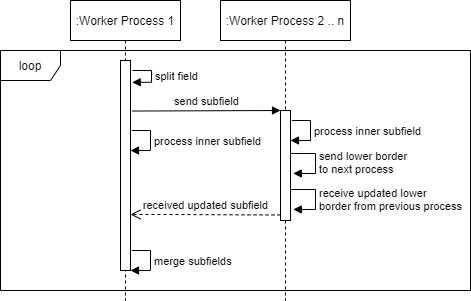
Before: concept/images/mpi_sequence.drawio.png, a diagram exported from draw.io (al3xfischer/wator). Source tidied: cells renumbered, new cells last; positions are measured from the earlier drawing's top-left corner, leaving out a move shared by most shapes.
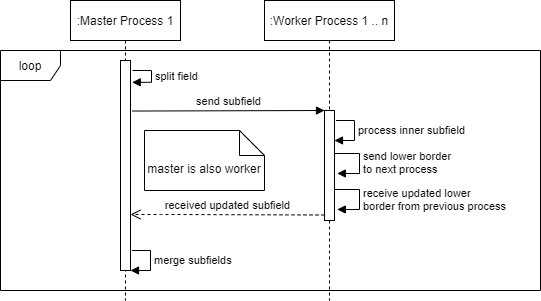
The same diagram one commit later.

Commit message:
finish mpi_sequence

Diff of the diagram source:
```diff
@@ -3,9 +3,9 @@
     <mxCell id="0" />
     <mxCell id="1" parent="0" />
     <mxCell id="2" value="loop" style="shape=umlFrame;whiteSpace=wrap;html=1;" parent="1" vertex="1">
-      <mxGeometry y="50" width="470" height="240" as="geometry" />
+      <mxGeometry y="50" width="540" height="240" as="geometry" />
     </mxCell>
-    <mxCell id="3" value=":Worker Process 1" style="shape=umlLifeline;perimeter=lifelinePerimeter;whiteSpace=wrap;html=1;" parent="1" vertex="1">
+    <mxCell id="3" value=":Master Process 1" style="shape=umlLifeline;perimeter=lifelinePerimeter;whiteSpace=wrap;html=1;" parent="1" vertex="1">
       <mxGeometry x="70" width="110" height="300" as="geometry" />
     </mxCell>
     <mxCell id="4" style="html=1;points=[];perimeter=orthogonalPerimeter;" parent="3" vertex="1">
@@ -20,18 +20,8 @@
         </Array>
       </mxGeometry>
     </mxCell>
-    <mxCell id="6" value="process inner subfield" style="edgeStyle=orthogonalEdgeStyle;html=1;align=left;spacingLeft=2;endArrow=block;rounded=0;entryX=1;entryY=0;exitX=1.143;exitY=0.667;exitDx=0;exitDy=0;exitPerimeter=0;" parent="3" edge="1">
-      <mxGeometry relative="1" as="geometry">
-        <mxPoint x="61.4" y="130" as="sourcePoint" />
-        <mxPoint x="60" y="150" as="targetPoint" />
-        <Array as="points">
-          <mxPoint x="80" y="130" />
-          <mxPoint x="80" y="150" />
-        </Array>
-      </mxGeometry>
-    </mxCell>
-    <mxCell id="7" value=":Worker Process 2 .. n" style="shape=umlLifeline;perimeter=lifelinePerimeter;whiteSpace=wrap;html=1;" parent="1" vertex="1">
-      <mxGeometry x="220" width="130" height="300" as="geometry" />
+    <mxCell id="7" value=":Worker Process 1 .. n" style="shape=umlLifeline;perimeter=lifelinePerimeter;whiteSpace=wrap;html=1;" parent="1" vertex="1">
+      <mxGeometry x="264" width="130" height="300" as="geometry" />
     </mxCell>
     <mxCell id="8" style="html=1;points=[];perimeter=orthogonalPerimeter;" parent="7" vertex="1">
       <mxGeometry x="60" y="110" width="10" height="110" as="geometry" />
@@ -61,33 +51,36 @@
     </mxCell>
     <mxCell id="12" value="send lower border &lt;br&gt;to next process" style="edgeStyle=orthogonalEdgeStyle;html=1;align=left;spacingLeft=2;endArrow=block;rounded=0;entryX=1.278;entryY=0.636;entryDx=0;entryDy=0;entryPerimeter=0;" parent="1" edge="1">
       <mxGeometry relative="1" as="geometry">
-        <mxPoint x="290" y="153" as="sourcePoint" />
-        <mxPoint x="292.8" y="173" as="targetPoint" />
+        <mxPoint x="334" y="153" as="sourcePoint" />
+        <mxPoint x="336.8" y="173" as="targetPoint" />
         <Array as="points">
-          <mxPoint x="315" y="153" />
-          <mxPoint x="315" y="173" />
+          <mxPoint x="359" y="153" />
+          <mxPoint x="359" y="173" />
         </Array>
       </mxGeometry>
     </mxCell>
     <mxCell id="13" value="receive updated lower&lt;br&gt;border from previous process" style="edgeStyle=orthogonalEdgeStyle;html=1;align=left;spacingLeft=2;endArrow=block;rounded=0;entryX=1.278;entryY=0.636;entryDx=0;entryDy=0;entryPerimeter=0;" parent="1" edge="1">
       <mxGeometry x="0.04" relative="1" as="geometry">
-        <mxPoint x="290" y="189" as="sourcePoint" />
-        <mxPoint x="292.8" y="209" as="targetPoint" />
+        <mxPoint x="334" y="189" as="sourcePoint" />
+        <mxPoint x="336.8" y="209" as="targetPoint" />
         <Array as="points">
-          <mxPoint x="315" y="189" />
-          <mxPoint x="315" y="209" />
+          <mxPoint x="359" y="189" />
+          <mxPoint x="359" y="209" />
         </Array>
       </mxGeometry>
     </mxCell>
     <mxCell id="14" value="process inner subfield" style="edgeStyle=orthogonalEdgeStyle;html=1;align=left;spacingLeft=2;endArrow=block;rounded=0;entryX=1;entryY=0;exitX=1.143;exitY=0.667;exitDx=0;exitDy=0;exitPerimeter=0;" parent="1" edge="1">
       <mxGeometry relative="1" as="geometry">
-        <mxPoint x="291.4" y="120" as="sourcePoint" />
-        <mxPoint x="290" y="140" as="targetPoint" />
+        <mxPoint x="335.4" y="120" as="sourcePoint" />
+        <mxPoint x="334" y="140" as="targetPoint" />
         <Array as="points">
-          <mxPoint x="310" y="120" />
-          <mxPoint x="310" y="140" />
+          <mxPoint x="354" y="120" />
+          <mxPoint x="354" y="140" />
         </Array>
       </mxGeometry>
     </mxCell>
+    <mxCell id="15" value="master is also worker" style="shape=note2;boundedLbl=1;whiteSpace=wrap;html=1;size=25;verticalAlign=top;align=center;fillColor=none;" parent="1" vertex="1">
+      <mxGeometry x="144" y="130" width="120" height="60" as="geometry" />
+    </mxCell>
   </root>
 </mxGraphModel>
```
